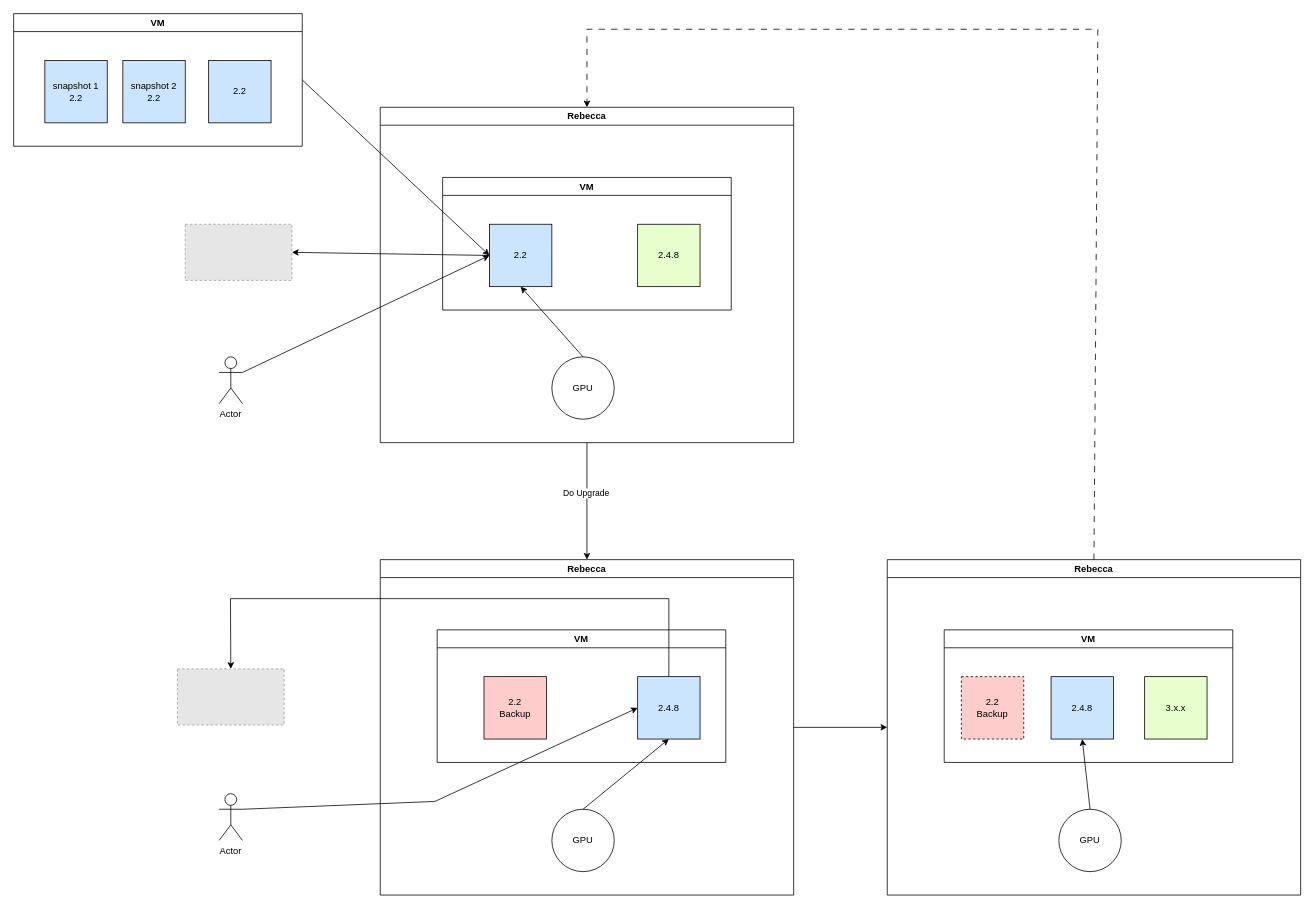
Above: cvat-deployment.drawio in QAlexBall/diagrams (draw.io), before the change. Source tidied: cells renumbered, new cells numbered last; positions are measured from the earlier drawing's top-left corner, leaving out a move shared by most shapes. Both pictures are drawn from the tidied source at 78%, with x=0, y=0 at pixel (13, 13). Pictures stored in the file or linked from it are replaced by grey dashed boxes.
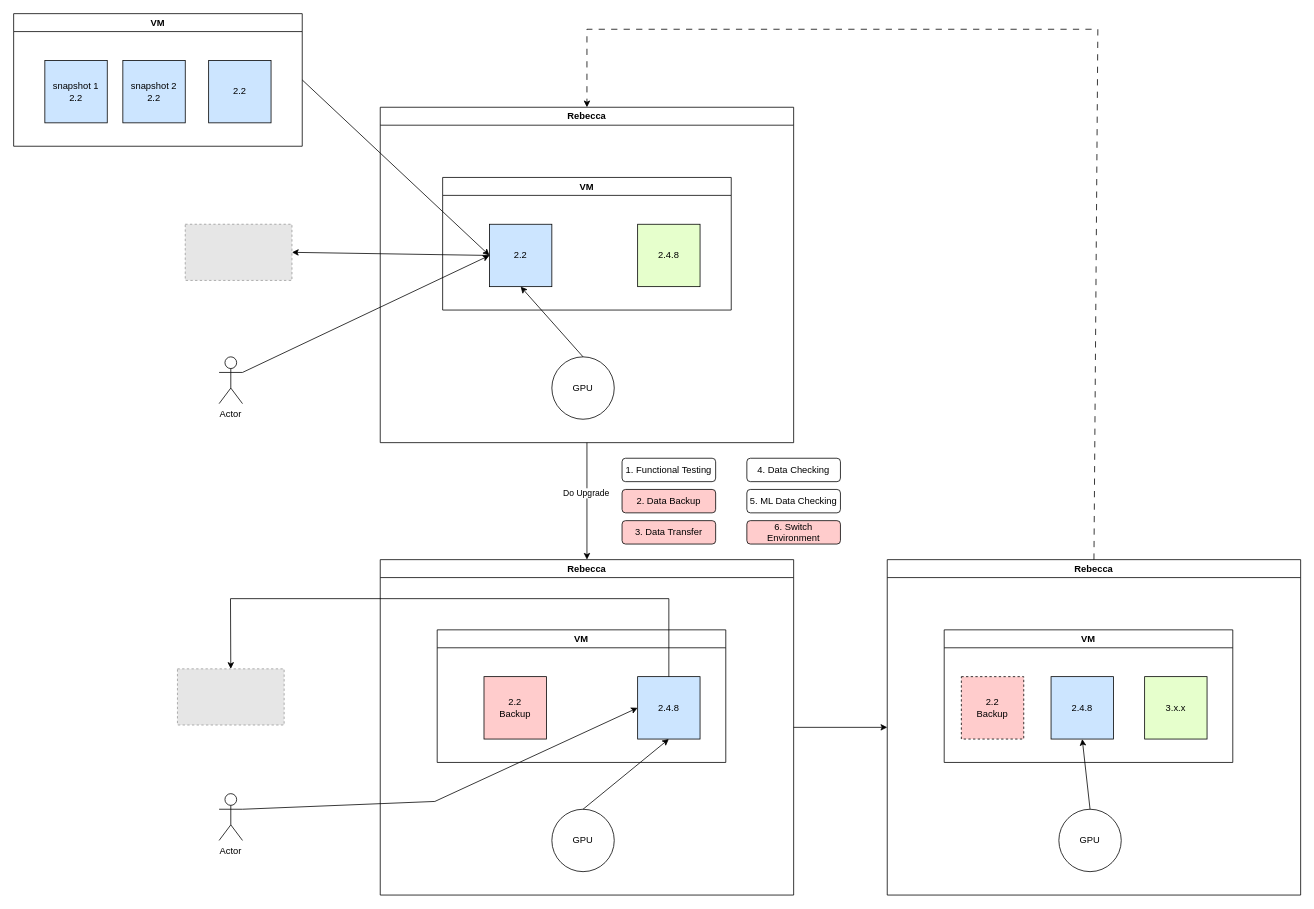
After the change.

What changed in the source:
```diff
@@
+    <mxCell id="38" value="1. Functional Testing" style="rounded=1;whiteSpace=wrap;html=1;" parent="1" vertex="1">
+      <mxGeometry x="780" y="570" width="120" height="30" as="geometry" />
+    </mxCell>
+    <mxCell id="39" value="2. Data Backup" style="rounded=1;whiteSpace=wrap;html=1;fillColor=#FFCCCC;" parent="1" vertex="1">
+      <mxGeometry x="780" y="610" width="120" height="30" as="geometry" />
+    </mxCell>
+    <mxCell id="40" value="3. Data Transfer" style="rounded=1;whiteSpace=wrap;html=1;fillColor=#FFCCCC;" parent="1" vertex="1">
+      <mxGeometry x="780" y="650" width="120" height="30" as="geometry" />
+    </mxCell>
+    <mxCell id="41" value="4. Data Checking" style="rounded=1;whiteSpace=wrap;html=1;" parent="1" vertex="1">
+      <mxGeometry x="940" y="570" width="120" height="30" as="geometry" />
+    </mxCell>
+    <mxCell id="42" value="6. Switch Environment" style="rounded=1;whiteSpace=wrap;html=1;fillColor=#FFCCCC;" parent="1" vertex="1">
+      <mxGeometry x="940" y="650" width="120" height="30" as="geometry" />
+    </mxCell>
+    <mxCell id="43" value="5. ML Data Checking" style="rounded=1;whiteSpace=wrap;html=1;" parent="1" vertex="1">
+      <mxGeometry x="940" y="610" width="120" height="30" as="geometry" />
+    </mxCell>
```
